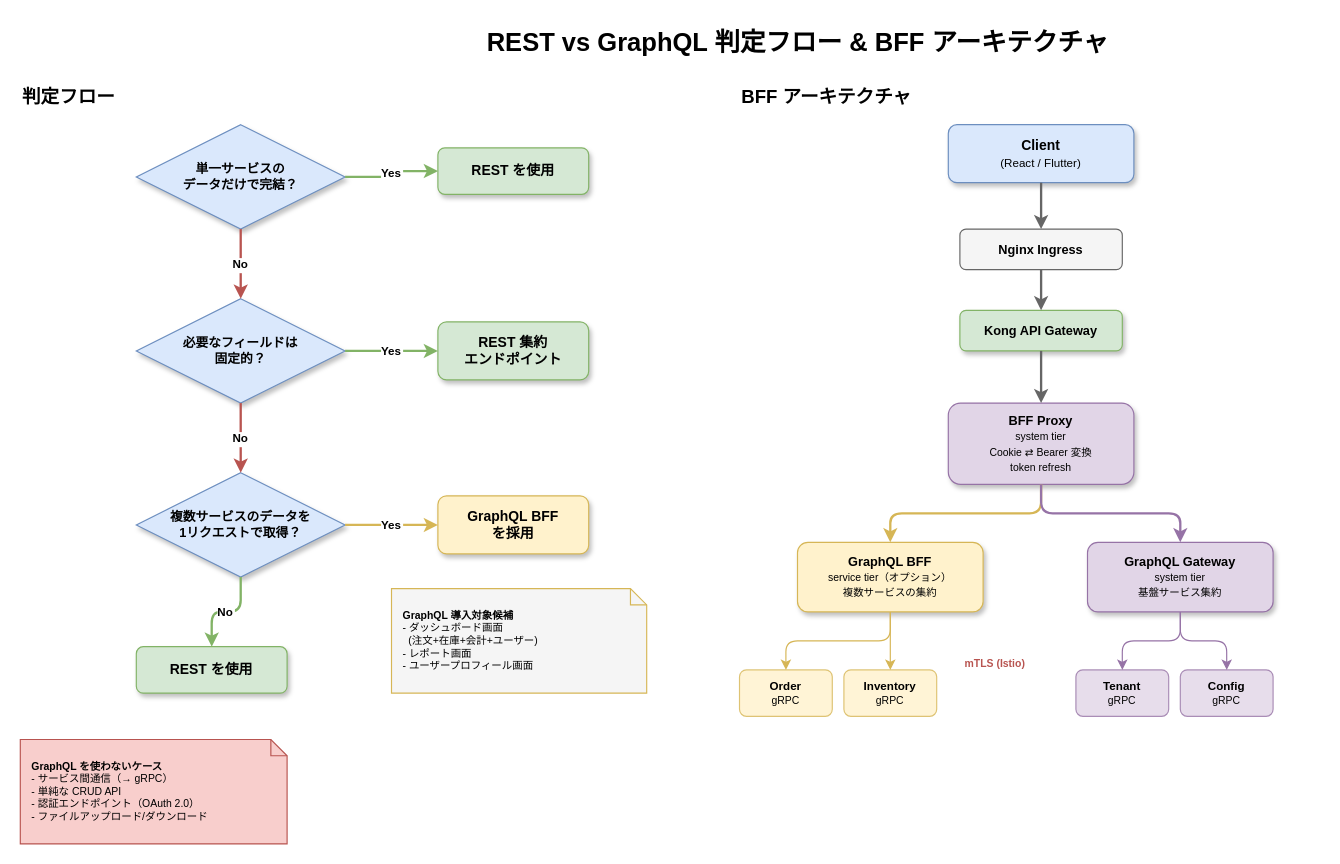
Above: docs/architecture/api/images/rest-vs-graphql-decision.drawio in RyuheiKiso/k1s0 (draw.io), before the change. Source tidied: cells renumbered, new cells numbered last; positions are measured from the earlier drawing's top-left corner, leaving out a move shared by most shapes. Both pictures are drawn from the tidied source at 116%, with x=0, y=0 at pixel (20, 20).
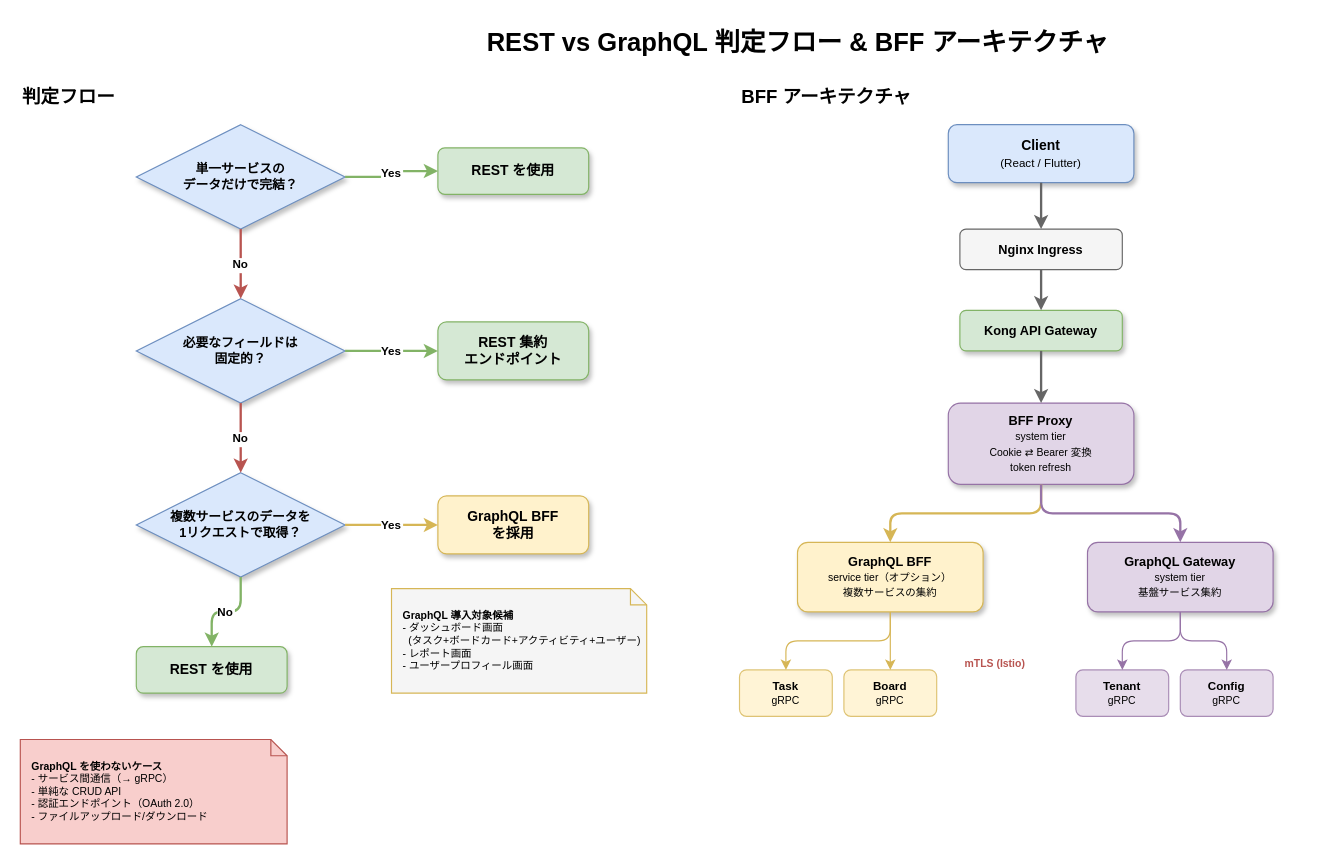
The same diagram, later.

Change to the diagram source:
```diff
@@
-    <mxCell id="18" value="&lt;font style=&quot;font-size:9px&quot;&gt;&lt;b&gt;GraphQL 導入対象候補&lt;/b&gt;&lt;br&gt;- ダッシュボード画面&lt;br&gt;&amp;nbsp;&amp;nbsp;(注文+在庫+会計+ユーザー)&lt;br&gt;- レポート画面&lt;br&gt;- ユーザープロフィール画面&lt;/font&gt;" style="shape=note;whiteSpace=wrap;html=1;size=14;fillColor=#F5F5F5;strokeColor=#D6B656;fontSize=9;align=left;spacingLeft=8;" parent="1" vertex="1">
+    <mxCell id="18" value="&lt;font style=&quot;font-size:9px&quot;&gt;&lt;b&gt;GraphQL 導入対象候補&lt;/b&gt;&lt;br&gt;- ダッシュボード画面&lt;br&gt;&amp;nbsp;&amp;nbsp;(タスク+ボードカード+アクティビティ+ユーザー)&lt;br&gt;- レポート画面&lt;br&gt;- ユーザープロフィール画面&lt;/font&gt;" style="shape=note;whiteSpace=wrap;html=1;size=14;fillColor=#F5F5F5;strokeColor=#D6B656;fontSize=9;align=left;spacingLeft=8;" parent="1" vertex="1">
       <mxGeometry x="320" y="490" width="220" height="90" as="geometry" />
     </mxCell>
@@
-    <mxCell id="31" value="&lt;b&gt;Order&lt;/b&gt;&lt;br&gt;&lt;font style=&quot;font-size:9px&quot;&gt;gRPC&lt;/font&gt;" style="rounded=1;whiteSpace=wrap;html=1;fontSize=10;fillColor=#FFF2CC;strokeColor=#D6B656;opacity=80;" parent="1" vertex="1">
+    <mxCell id="31" value="&lt;b&gt;Task&lt;/b&gt;&lt;br&gt;&lt;font style=&quot;font-size:9px&quot;&gt;gRPC&lt;/font&gt;" style="rounded=1;whiteSpace=wrap;html=1;fontSize=10;fillColor=#FFF2CC;strokeColor=#D6B656;opacity=80;" parent="1" vertex="1">
       <mxGeometry x="620" y="560" width="80" height="40" as="geometry" />
     </mxCell>
-    <mxCell id="32" value="&lt;b&gt;Inventory&lt;/b&gt;&lt;br&gt;&lt;font style=&quot;font-size:9px&quot;&gt;gRPC&lt;/font&gt;" style="rounded=1;whiteSpace=wrap;html=1;fontSize=10;fillColor=#FFF2CC;strokeColor=#D6B656;opacity=80;" parent="1" vertex="1">
+    <mxCell id="32" value="&lt;b&gt;Board&lt;/b&gt;&lt;br&gt;&lt;font style=&quot;font-size:9px&quot;&gt;gRPC&lt;/font&gt;" style="rounded=1;whiteSpace=wrap;html=1;fontSize=10;fillColor=#FFF2CC;strokeColor=#D6B656;opacity=80;" parent="1" vertex="1">
       <mxGeometry x="710" y="560" width="80" height="40" as="geometry" />
     </mxCell>
```
